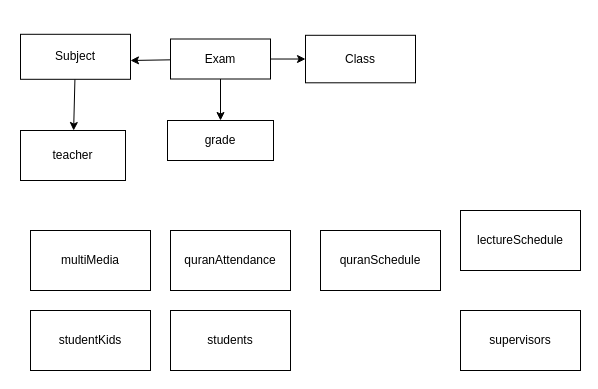
The draw.io diagram db.drawio in WalaaEsaa/NoorOnNoor-Acadmy-v2, before the edit. Source tidied: cells renumbered, new cells numbered last; positions are measured from the earlier drawing's top-left corner, leaving out a move shared by most shapes. Both pictures are drawn from the tidied source at 100%, with x=0, y=0 at pixel (20, 34).
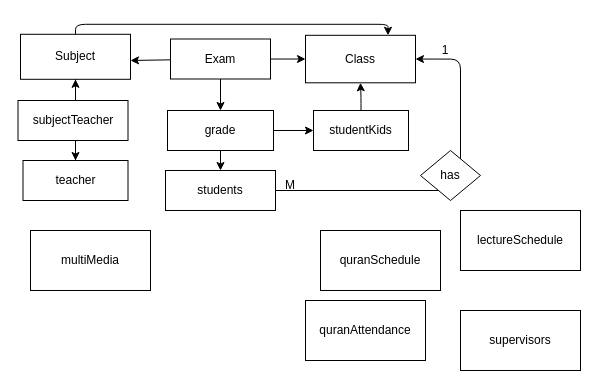
Above is the later version.

Unchanged cells that the change refers to:
```xml
<mxCell id="7" value="Subject" style="whiteSpace=wrap;html=1;" parent="1" vertex="1">
  <mxGeometry y="-0.2" width="110" height="45" as="geometry" />
</mxCell>
<mxCell id="8" value="Class" style="whiteSpace=wrap;html=1;" parent="1" vertex="1">
  <mxGeometry x="285" y="0.8" width="110" height="47.5" as="geometry" />
</mxCell>
```

Diff of the diagram source:
```diff
@@
+    <mxCell id="18" style="edgeStyle=orthogonalEdgeStyle;html=1;exitX=0.5;exitY=0;exitDx=0;exitDy=0;entryX=0.75;entryY=0;entryDx=0;entryDy=0;" parent="1" edge="1" source="7" target="8">
+      <mxGeometry relative="1" as="geometry" />
+    </mxCell>
@@
     <mxCell id="10" value="quranAttendance" style="whiteSpace=wrap;html=1;" parent="1" vertex="1">
-      <mxGeometry x="150" y="196" width="120" height="60" as="geometry" />
+      <mxGeometry x="285" y="266" width="120" height="60" as="geometry" />
     </mxCell>
@@
+    <mxCell id="19" style="edgeStyle=orthogonalEdgeStyle;html=1;" parent="1" edge="1" source="12" target="8">
+      <mxGeometry relative="1" as="geometry" />
+    </mxCell>
     <mxCell id="12" value="studentKids" style="whiteSpace=wrap;html=1;" parent="1" vertex="1">
-      <mxGeometry x="10" y="276" width="120" height="60" as="geometry" />
+      <mxGeometry x="293" y="76" width="95" height="40" as="geometry" />
     </mxCell>
+    <mxCell id="20" style="edgeStyle=orthogonalEdgeStyle;html=1;entryX=1;entryY=0.5;entryDx=0;entryDy=0;" parent="1" edge="1" source="13" target="8">
+      <mxGeometry relative="1" as="geometry">
+        <Array as="points">
+          <mxPoint x="440" y="156" />
+          <mxPoint x="440" y="25" />
+        </Array>
+      </mxGeometry>
+    </mxCell>
     <mxCell id="13" value="students" style="whiteSpace=wrap;html=1;" parent="1" vertex="1">
-      <mxGeometry x="150" y="276" width="120" height="60" as="geometry" />
+      <mxGeometry x="145" y="136" width="110" height="40" as="geometry" />
     </mxCell>
+    <mxCell id="21" style="edgeStyle=none;html=1;" parent="1" edge="1" source="14" target="7">
+      <mxGeometry relative="1" as="geometry" />
+    </mxCell>
     <mxCell id="14" value="teacher" style="whiteSpace=wrap;html=1;" parent="1" vertex="1">
-      <mxGeometry y="96" width="105" height="50" as="geometry" />
+      <mxGeometry x="2.5" y="126" width="105" height="40" as="geometry" />
     </mxCell>
@@
+    <mxCell id="22" style="edgeStyle=none;html=1;" parent="1" edge="1" source="16" target="13">
+      <mxGeometry relative="1" as="geometry" />
+    </mxCell>
+    <mxCell id="23" style="edgeStyle=none;html=1;" parent="1" edge="1" source="16" target="12">
+      <mxGeometry relative="1" as="geometry" />
+    </mxCell>
     <mxCell id="16" value="grade" style="whiteSpace=wrap;html=1;" parent="1" vertex="1">
-      <mxGeometry x="147" y="86" width="106" height="40" as="geometry" />
+      <mxGeometry x="147" y="76" width="106" height="40" as="geometry" />
     </mxCell>
@@
+    <mxCell id="24" value="subjectTeacher" style="whiteSpace=wrap;html=1;" parent="1" vertex="1">
+      <mxGeometry x="-2.5" y="66" width="110" height="40" as="geometry" />
+    </mxCell>
+    <mxCell id="25" value="has" style="rhombus;whiteSpace=wrap;html=1;" parent="1" vertex="1">
+      <mxGeometry x="400" y="116" width="60" height="50" as="geometry" />
+    </mxCell>
+    <mxCell id="26" value="M" style="text;strokeColor=none;align=center;fillColor=none;html=1;verticalAlign=middle;whiteSpace=wrap;rounded=0;" parent="1" vertex="1">
+      <mxGeometry x="230" y="136" width="80" height="30" as="geometry" />
+    </mxCell>
+    <mxCell id="27" value="1" style="text;strokeColor=none;align=center;fillColor=none;html=1;verticalAlign=middle;whiteSpace=wrap;rounded=0;" parent="1" vertex="1">
+      <mxGeometry x="395" y="0.8" width="60" height="30" as="geometry" />
+    </mxCell>
```
